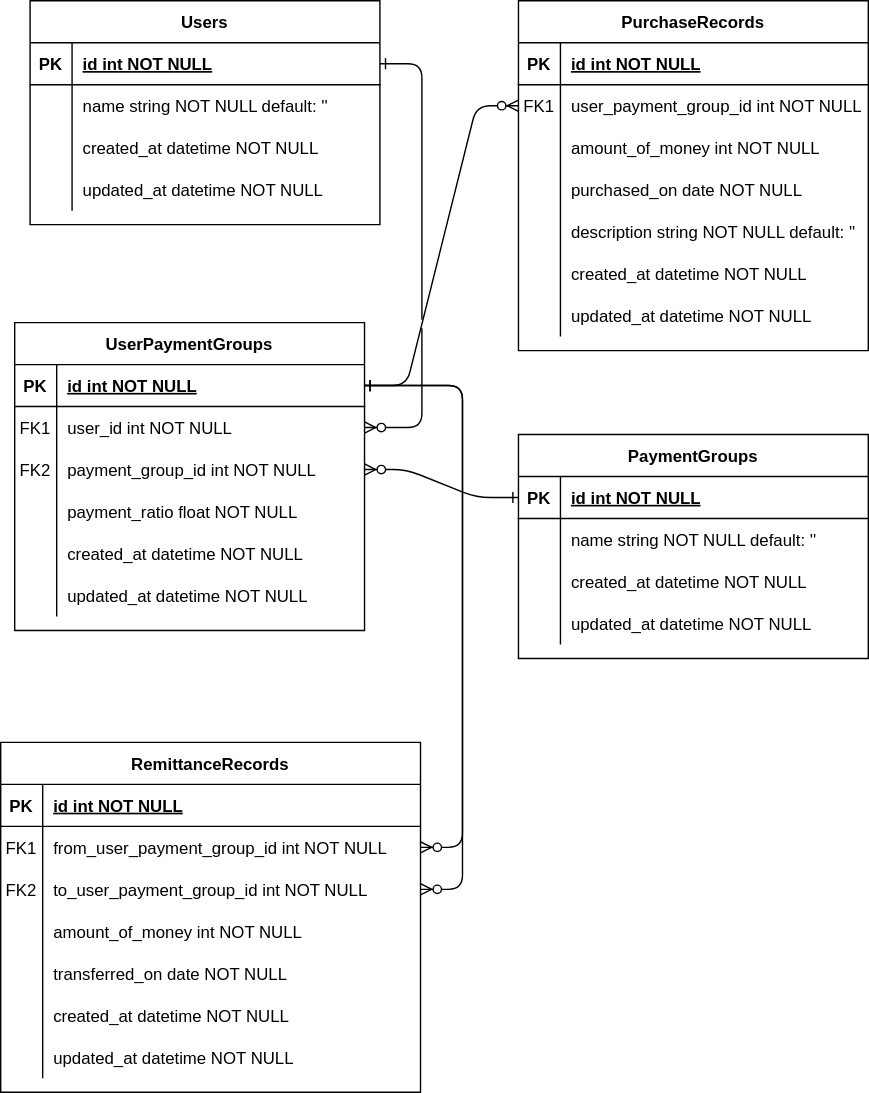
Above: er-diagram/er.svg in a-yossy/dutch_account (draw.io), before the change. Source tidied: cells renumbered, new cells last; positions are measured from the earlier drawing's top-left corner, leaving out a move shared by most shapes.
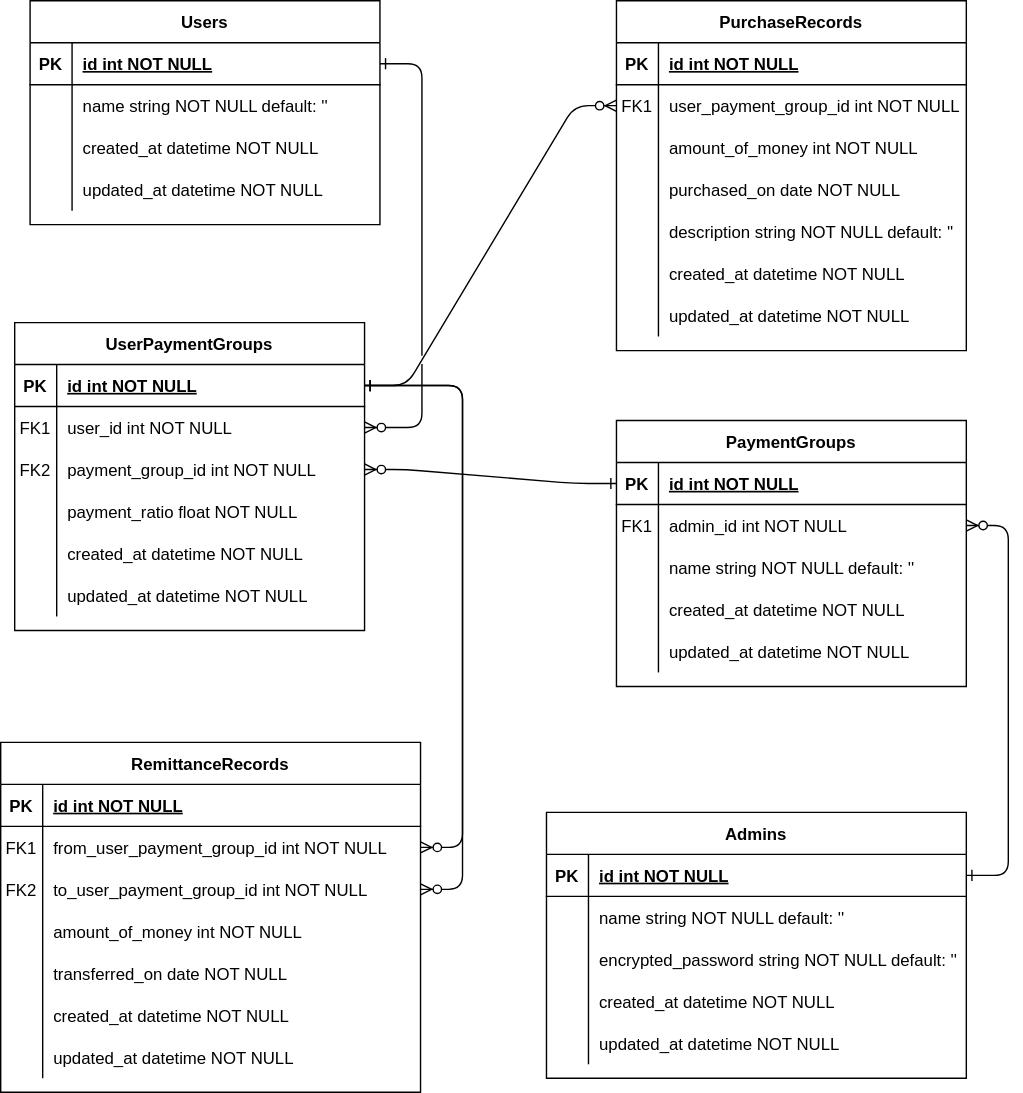
The same file after the commit.

Commit message:
feat: ER図にAdminモデル追加

Change to the diagram source:
```diff
@@ -63,7 +63,7 @@
       <mxGeometry x="30" width="220" height="30" as="geometry" />
     </mxCell>
     <mxCell id="22" value="PaymentGroups" style="shape=table;startSize=30;rowLines=0;fontStyle=1;align=center;" parent="1" vertex="1">
-      <mxGeometry x="370" y="310" width="250" height="160" as="geometry" />
+      <mxGeometry x="440" y="300" width="250" height="190" as="geometry" />
     </mxCell>
     <mxCell id="23" style="shape=partialRectangle;fillColor=none;points=[[0,0.5],[1,0.5]];portConstraint=eastwest;top=0;left=0;right=0;bottom=1;" parent="22" vertex="1">
       <mxGeometry y="30" width="250" height="30" as="geometry" />
@@ -74,8 +74,17 @@
     <mxCell id="25" value="id int NOT NULL " style="shape=partialRectangle;overflow=hidden;fillColor=none;top=0;left=0;bottom=0;right=0;align=left;spacingLeft=6;fontStyle=5;" parent="23" vertex="1">
       <mxGeometry x="30" width="220" height="30" as="geometry" />
     </mxCell>
+    <mxCell id="96" style="shape=partialRectangle;fillColor=none;points=[[0,0.5],[1,0.5]];portConstraint=eastwest;top=0;left=0;right=0;bottom=0;" parent="22" vertex="1">
+      <mxGeometry y="60" width="250" height="30" as="geometry" />
+    </mxCell>
+    <mxCell id="97" value="FK1" style="shape=partialRectangle;overflow=hidden;fillColor=none;top=0;left=0;bottom=0;right=0;" parent="96" vertex="1">
+      <mxGeometry width="30" height="30" as="geometry" />
+    </mxCell>
+    <mxCell id="98" value="admin_id int NOT NULL" style="shape=partialRectangle;overflow=hidden;fillColor=none;top=0;left=0;bottom=0;right=0;align=left;spacingLeft=6;" parent="96" vertex="1">
+      <mxGeometry x="30" width="220" height="30" as="geometry" />
+    </mxCell>
     <mxCell id="26" style="shape=partialRectangle;fillColor=none;top=0;left=0;right=0;bottom=0;" parent="22" vertex="1">
-      <mxGeometry y="60" width="250" height="30" as="geometry" />
+      <mxGeometry y="90" width="250" height="30" as="geometry" />
     </mxCell>
     <mxCell id="27" style="shape=partialRectangle;overflow=hidden;fillColor=none;top=0;left=0;bottom=0;right=0;" parent="26" vertex="1">
       <mxGeometry width="30" height="30" as="geometry" />
@@ -84,7 +93,7 @@
       <mxGeometry x="30" width="220" height="30" as="geometry" />
     </mxCell>
     <mxCell id="29" style="shape=partialRectangle;fillColor=none;top=0;left=0;right=0;bottom=0;" parent="22" vertex="1">
-      <mxGeometry y="90" width="250" height="30" as="geometry" />
+      <mxGeometry y="120" width="250" height="30" as="geometry" />
     </mxCell>
     <mxCell id="30" style="shape=partialRectangle;overflow=hidden;fillColor=none;top=0;left=0;bottom=0;right=0;" parent="29" vertex="1">
       <mxGeometry width="30" height="30" as="geometry" />
@@ -93,7 +102,7 @@
       <mxGeometry x="30" width="220" height="30" as="geometry" />
     </mxCell>
     <mxCell id="32" style="shape=partialRectangle;fillColor=none;top=0;left=0;right=0;bottom=0;" parent="22" vertex="1">
-      <mxGeometry y="120" width="250" height="30" as="geometry" />
+      <mxGeometry y="150" width="250" height="30" as="geometry" />
     </mxCell>
     <mxCell id="33" style="shape=partialRectangle;overflow=hidden;fillColor=none;top=0;left=0;bottom=0;right=0;" parent="32" vertex="1">
       <mxGeometry width="30" height="30" as="geometry" />
@@ -141,7 +150,7 @@
       <mxGeometry x="30" width="220" height="30" as="geometry" />
     </mxCell>
     <mxCell id="48" value="PurchaseRecords" style="shape=table;startSize=30;rowLines=0;fontStyle=1;align=center;" parent="1" vertex="1">
-      <mxGeometry x="370" width="250" height="250" as="geometry" />
+      <mxGeometry x="440" width="250" height="250" as="geometry" />
     </mxCell>
     <mxCell id="49" style="shape=partialRectangle;fillColor=none;top=0;left=0;right=0;bottom=1;" parent="48" vertex="1">
       <mxGeometry y="30" width="250" height="30" as="geometry" />
@@ -206,7 +215,7 @@
     <mxCell id="69" value="updated_at datetime NOT NULL" style="shape=partialRectangle;overflow=hidden;fillColor=none;top=0;left=0;bottom=0;right=0;align=left;spacingLeft=6;" parent="67" vertex="1">
       <mxGeometry x="30" width="220" height="30" as="geometry" />
     </mxCell>
-    <mxCell id="70" style="edgeStyle=entityRelationEdgeStyle;endArrow=ERzeroToMany;startArrow=ERone;endFill=1;startFill=0;exitX=0;exitY=0.5;exitDx=0;exitDy=0;entryX=1;entryY=0.5;entryDx=0;entryDy=0;" parent="1" edge="1" source="23" target="10">
+    <mxCell id="70" style="edgeStyle=entityRelationEdgeStyle;endArrow=ERzeroToMany;startArrow=ERone;endFill=1;startFill=0;entryX=1;entryY=0.5;entryDx=0;entryDy=0;" parent="1" edge="1" source="23" target="10">
       <mxGeometry relative="1" as="geometry" />
     </mxCell>
     <mxCell id="71" style="edgeStyle=entityRelationEdgeStyle;endArrow=ERzeroToMany;startArrow=ERone;endFill=1;startFill=0;jumpStyle=gap;" parent="1" edge="1" source="36" target="7">
@@ -284,5 +293,56 @@
     <mxCell id="95" style="edgeStyle=entityRelationEdgeStyle;endArrow=ERzeroToMany;startArrow=ERone;endFill=1;startFill=0;" parent="1" edge="1" source="4" target="79">
       <mxGeometry relative="1" as="geometry" />
     </mxCell>
+    <mxCell id="99" value="Admins" style="shape=table;startSize=30;rowLines=0;fontStyle=1;align=center;" parent="1" vertex="1">
+      <mxGeometry x="390" y="580" width="300" height="190" as="geometry" />
+    </mxCell>
+    <mxCell id="100" style="shape=partialRectangle;fillColor=none;points=[[0,0.5],[1,0.5]];portConstraint=eastwest;top=0;left=0;right=0;bottom=1;" parent="99" vertex="1">
+      <mxGeometry y="30" width="300" height="30" as="geometry" />
+    </mxCell>
+    <mxCell id="101" value="PK" style="shape=partialRectangle;overflow=hidden;fillColor=none;top=0;left=0;bottom=0;right=0;fontStyle=1;" parent="100" vertex="1">
+      <mxGeometry width="30" height="30" as="geometry" />
+    </mxCell>
+    <mxCell id="102" value="id int NOT NULL " style="shape=partialRectangle;overflow=hidden;fillColor=none;top=0;left=0;bottom=0;right=0;align=left;spacingLeft=6;fontStyle=5;" parent="100" vertex="1">
+      <mxGeometry x="30" width="270" height="30" as="geometry" />
+    </mxCell>
+    <mxCell id="103" style="shape=partialRectangle;fillColor=none;top=0;left=0;right=0;bottom=0;" parent="99" vertex="1">
+      <mxGeometry y="60" width="300" height="30" as="geometry" />
+    </mxCell>
+    <mxCell id="104" style="shape=partialRectangle;overflow=hidden;fillColor=none;top=0;left=0;bottom=0;right=0;" parent="103" vertex="1">
+      <mxGeometry width="30" height="30" as="geometry" />
+    </mxCell>
+    <mxCell id="105" value="name string NOT NULL default: ''" style="shape=partialRectangle;overflow=hidden;fillColor=none;top=0;left=0;bottom=0;right=0;align=left;spacingLeft=6;" parent="103" vertex="1">
+      <mxGeometry x="30" width="270" height="30" as="geometry" />
+    </mxCell>
+    <mxCell id="106" style="shape=partialRectangle;fillColor=none;top=0;left=0;right=0;bottom=0;" parent="99" vertex="1">
+      <mxGeometry y="90" width="300" height="30" as="geometry" />
+    </mxCell>
+    <mxCell id="107" style="shape=partialRectangle;overflow=hidden;fillColor=none;top=0;left=0;bottom=0;right=0;" parent="106" vertex="1">
+      <mxGeometry width="30" height="30" as="geometry" />
+    </mxCell>
+    <mxCell id="108" value="encrypted_password string NOT NULL default: ''" style="shape=partialRectangle;overflow=hidden;fillColor=none;top=0;left=0;bottom=0;right=0;align=left;spacingLeft=6;" parent="106" vertex="1">
+      <mxGeometry x="30" width="270" height="30" as="geometry" />
+    </mxCell>
+    <mxCell id="109" style="shape=partialRectangle;fillColor=none;top=0;left=0;right=0;bottom=0;" parent="99" vertex="1">
+      <mxGeometry y="120" width="300" height="30" as="geometry" />
+    </mxCell>
+    <mxCell id="110" style="shape=partialRectangle;overflow=hidden;fillColor=none;top=0;left=0;bottom=0;right=0;" parent="109" vertex="1">
+      <mxGeometry width="30" height="30" as="geometry" />
+    </mxCell>
+    <mxCell id="111" value="created_at datetime NOT NULL" style="shape=partialRectangle;overflow=hidden;fillColor=none;top=0;left=0;bottom=0;right=0;align=left;spacingLeft=6;" parent="109" vertex="1">
+      <mxGeometry x="30" width="270" height="30" as="geometry" />
+    </mxCell>
+    <mxCell id="112" style="shape=partialRectangle;fillColor=none;top=0;left=0;right=0;bottom=0;" parent="99" vertex="1">
+      <mxGeometry y="150" width="300" height="30" as="geometry" />
+    </mxCell>
+    <mxCell id="113" style="shape=partialRectangle;overflow=hidden;fillColor=none;top=0;left=0;bottom=0;right=0;" parent="112" vertex="1">
+      <mxGeometry width="30" height="30" as="geometry" />
+    </mxCell>
+    <mxCell id="114" value="updated_at datetime NOT NULL" style="shape=partialRectangle;overflow=hidden;fillColor=none;top=0;left=0;bottom=0;right=0;align=left;spacingLeft=6;" parent="112" vertex="1">
+      <mxGeometry x="30" width="270" height="30" as="geometry" />
+    </mxCell>
+    <mxCell id="115" style="edgeStyle=entityRelationEdgeStyle;endArrow=ERzeroToMany;startArrow=ERone;endFill=1;startFill=0;jumpStyle=gap;" parent="1" edge="1" source="100" target="96">
+      <mxGeometry relative="1" as="geometry" />
+    </mxCell>
   </root>
 </mxGraphModel>
```
